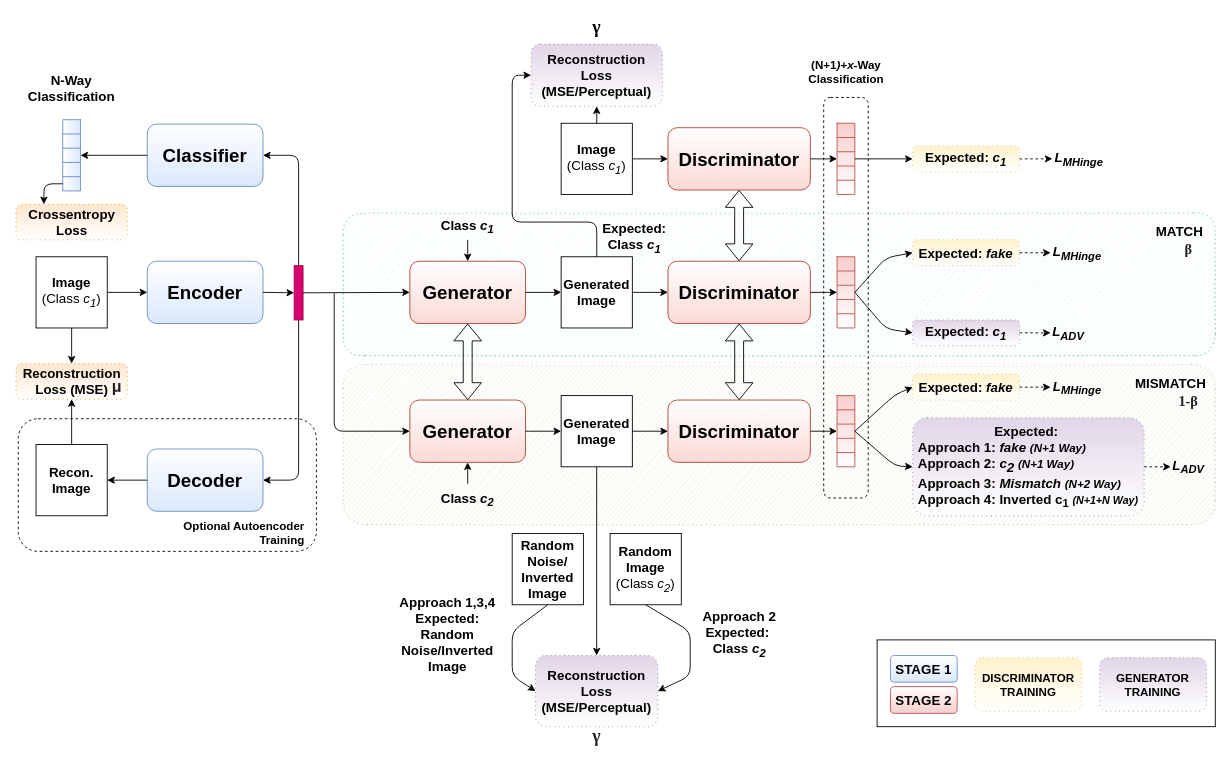
The draw.io diagram draw/cGAN-OSR.drawio in pranavbudhwant/cGAN-OSR, before the edit. Source tidied: cells renumbered, new cells numbered last; positions are measured from the earlier drawing's top-left corner, leaving out a move shared by most shapes. Both pictures are drawn from the tidied source at 89%, with x=0, y=0 at pixel (15, 17).
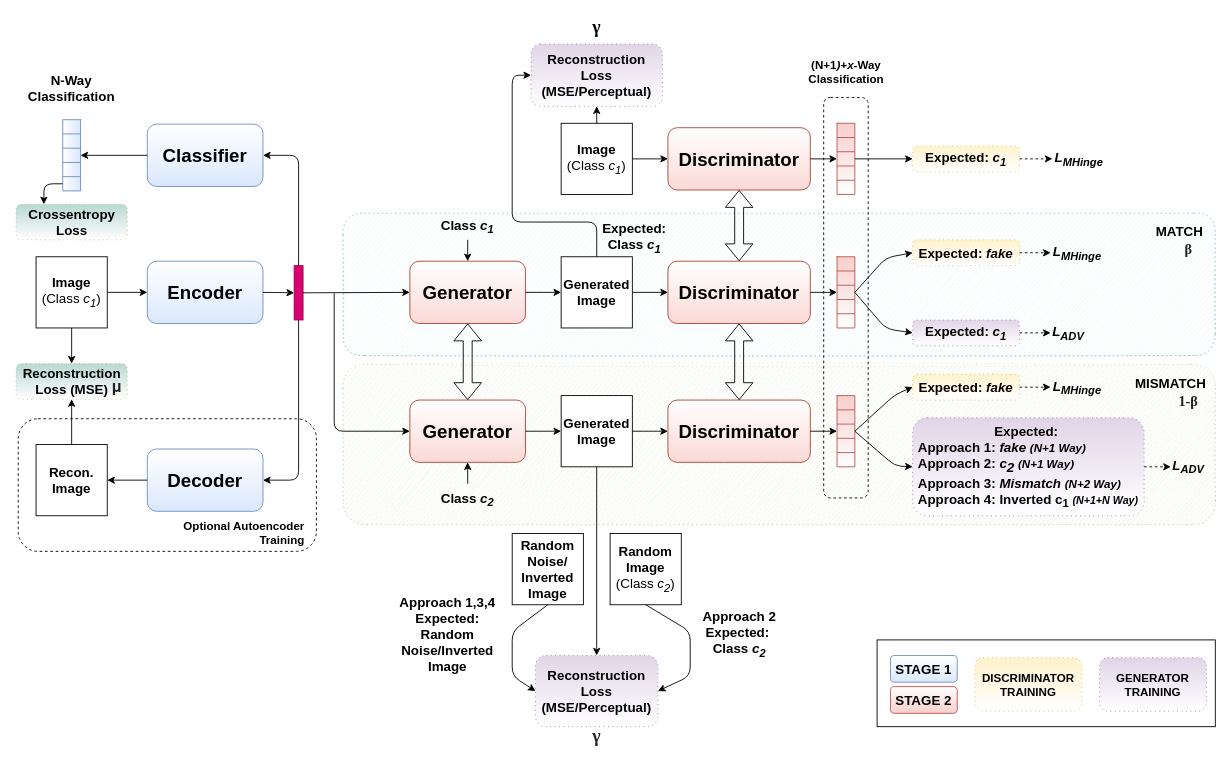
The same page after the edit.

Commit message (it also covers changes not shown here):
Fixed stage 1 loss color code

Diff of the diagram source:
```diff
@@
-    <mxCell id="131" value="&lt;font style=&quot;font-size: 15px&quot;&gt;&lt;b&gt;Reconstruction&lt;br&gt;Loss (MSE)&lt;/b&gt;&lt;/font&gt;" style="rounded=1;whiteSpace=wrap;html=1;fillColor=#ffe6cc;strokeColor=#d79b00;dashed=1;dashPattern=1 4;gradientColor=#ffffff;" parent="1" vertex="1">
+    <mxCell id="131" value="&lt;font style=&quot;font-size: 15px&quot;&gt;&lt;b&gt;Reconstruction&lt;br&gt;Loss (MSE)&lt;/b&gt;&lt;/font&gt;" style="rounded=1;whiteSpace=wrap;html=1;fillColor=#9AC7BF;strokeColor=#d79b00;dashed=1;dashPattern=1 4;gradientColor=#ffffff;opacity=70;" parent="1" vertex="1">
       <mxGeometry x="0.5" y="389" width="125" height="40" as="geometry" />
     </mxCell>
@@
-    <mxCell id="145" value="&lt;span style=&quot;font-size: 15px&quot;&gt;&lt;b&gt;Crossentropy Loss&lt;/b&gt;&lt;/span&gt;" style="rounded=1;whiteSpace=wrap;html=1;fillColor=#ffe6cc;strokeColor=#d79b00;dashed=1;dashPattern=1 4;gradientColor=#ffffff;" parent="1" vertex="1">
+    <mxCell id="145" value="&lt;span style=&quot;font-size: 15px&quot;&gt;&lt;b&gt;Crossentropy Loss&lt;/b&gt;&lt;/span&gt;" style="rounded=1;whiteSpace=wrap;html=1;fillColor=#9AC7BF;strokeColor=#d79b00;dashed=1;dashPattern=1 4;gradientColor=#ffffff;opacity=70;" parent="1" vertex="1">
       <mxGeometry x="0.5" y="210" width="125" height="40" as="geometry" />
     </mxCell>
```
